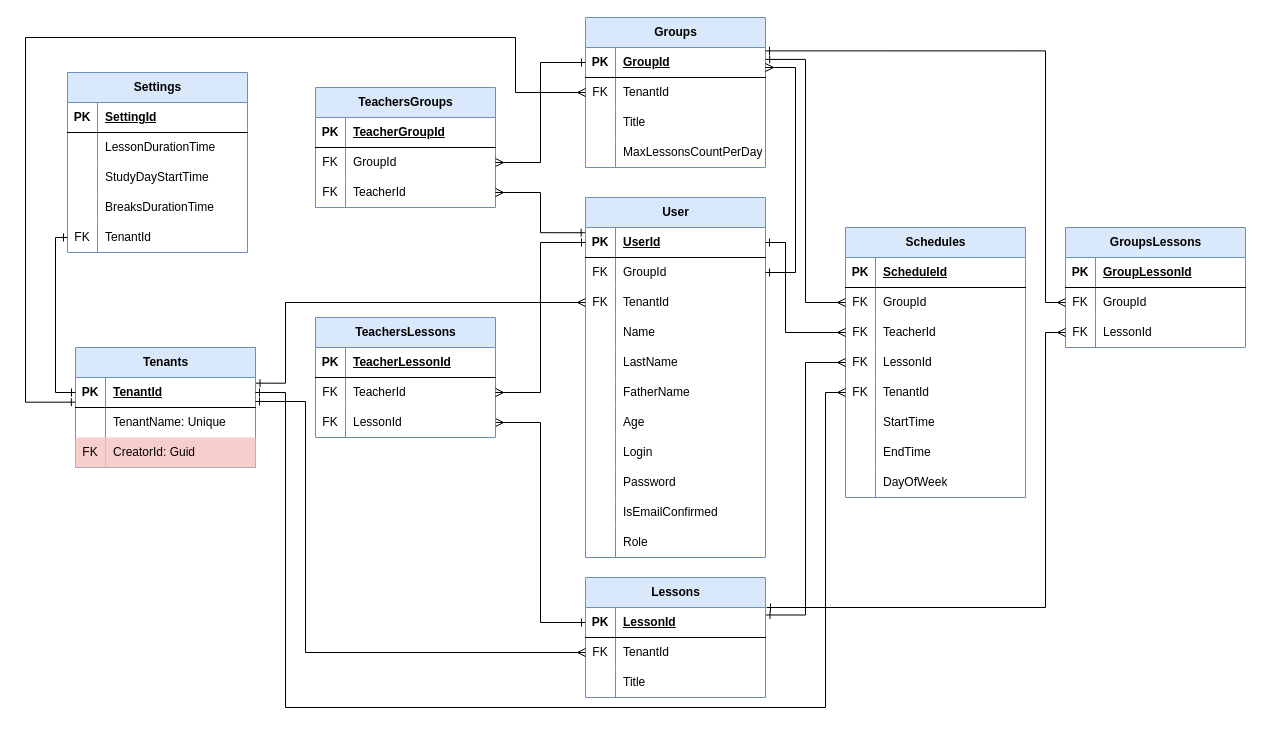
KuleshovNikita/ESchedule keeps this draw.io diagram as ESchedule/Diagrams/ER.drawio. Above is the earlier version. Source tidied: cells renumbered, new cells numbered last; positions are measured from the earlier drawing's top-left corner, leaving out a move shared by most shapes. Both pictures are drawn from the tidied source at 100%, with x=0, y=0 at pixel (25, 17).
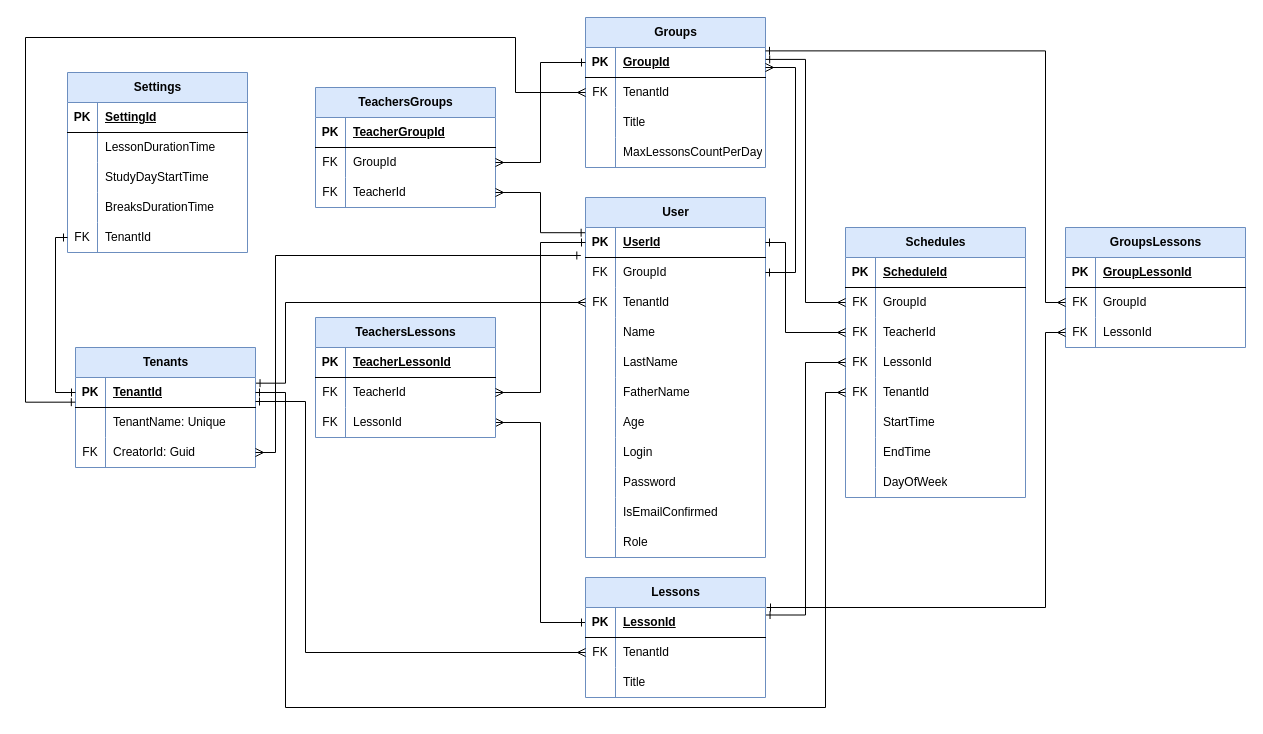
After the change.

Unchanged cells that the change refers to:
```xml
<mxCell id="3" style="shape=tableRow;horizontal=0;startSize=0;swimlaneHead=0;swimlaneBody=0;fillColor=none;points=[[0,0.5],[1,0.5]];portConstraint=eastwest;top=0;left=0;right=0;bottom=1;" parent="2" vertex="1">
  <mxGeometry y="30" width="180" height="30" as="geometry" />
</mxCell>
<mxCell id="148" style="shape=tableRow;horizontal=0;startSize=0;swimlaneHead=0;swimlaneBody=0;fillColor=none;points=[[0,0.5],[1,0.5]];portConstraint=eastwest;top=0;left=0;right=0;bottom=0;" parent="141" vertex="1">
  <mxGeometry y="90" width="180" height="30" as="geometry" />
</mxCell>
```

What changed in the source:
```diff
@@
-    <mxCell id="149" value="FK" style="shape=partialRectangle;fillColor=#f8cecc;top=0;left=0;bottom=0;right=0;overflow=hidden;whiteSpace=wrap;html=1;strokeColor=#b85450;" parent="148" vertex="1">
+    <mxCell id="149" value="FK" style="shape=partialRectangle;fillColor=none;top=0;left=0;bottom=0;right=0;overflow=hidden;whiteSpace=wrap;html=1;strokeColor=#b85450;" parent="148" vertex="1">
       <mxGeometry width="30" height="30" as="geometry" />
     </mxCell>
-    <mxCell id="150" value="CreatorId: Guid" style="shape=partialRectangle;fillColor=#f8cecc;top=0;left=0;bottom=0;right=0;align=left;spacingLeft=6;overflow=hidden;whiteSpace=wrap;html=1;strokeColor=#b85450;" parent="148" vertex="1">
+    <mxCell id="150" value="CreatorId: Guid" style="shape=partialRectangle;fillColor=none;top=0;left=0;bottom=0;right=0;align=left;spacingLeft=6;overflow=hidden;whiteSpace=wrap;html=1;strokeColor=#b85450;" parent="148" vertex="1">
       <mxGeometry x="30" width="150" height="30" as="geometry" />
     </mxCell>
@@
+    <mxCell id="155" style="edgeStyle=orthogonalEdgeStyle;rounded=0;jettySize=auto;html=1;entryX=-0.026;entryY=0.933;entryDx=0;entryDy=0;entryPerimeter=0;endArrow=ERone;endFill=0;startArrow=ERmany;startFill=0;" parent="1" edge="1" source="148" target="3">
+      <mxGeometry relative="1" as="geometry">
+        <Array as="points">
+          <mxPoint x="250" y="435" />
+          <mxPoint x="250" y="238" />
+        </Array>
+      </mxGeometry>
+    </mxCell>
```
